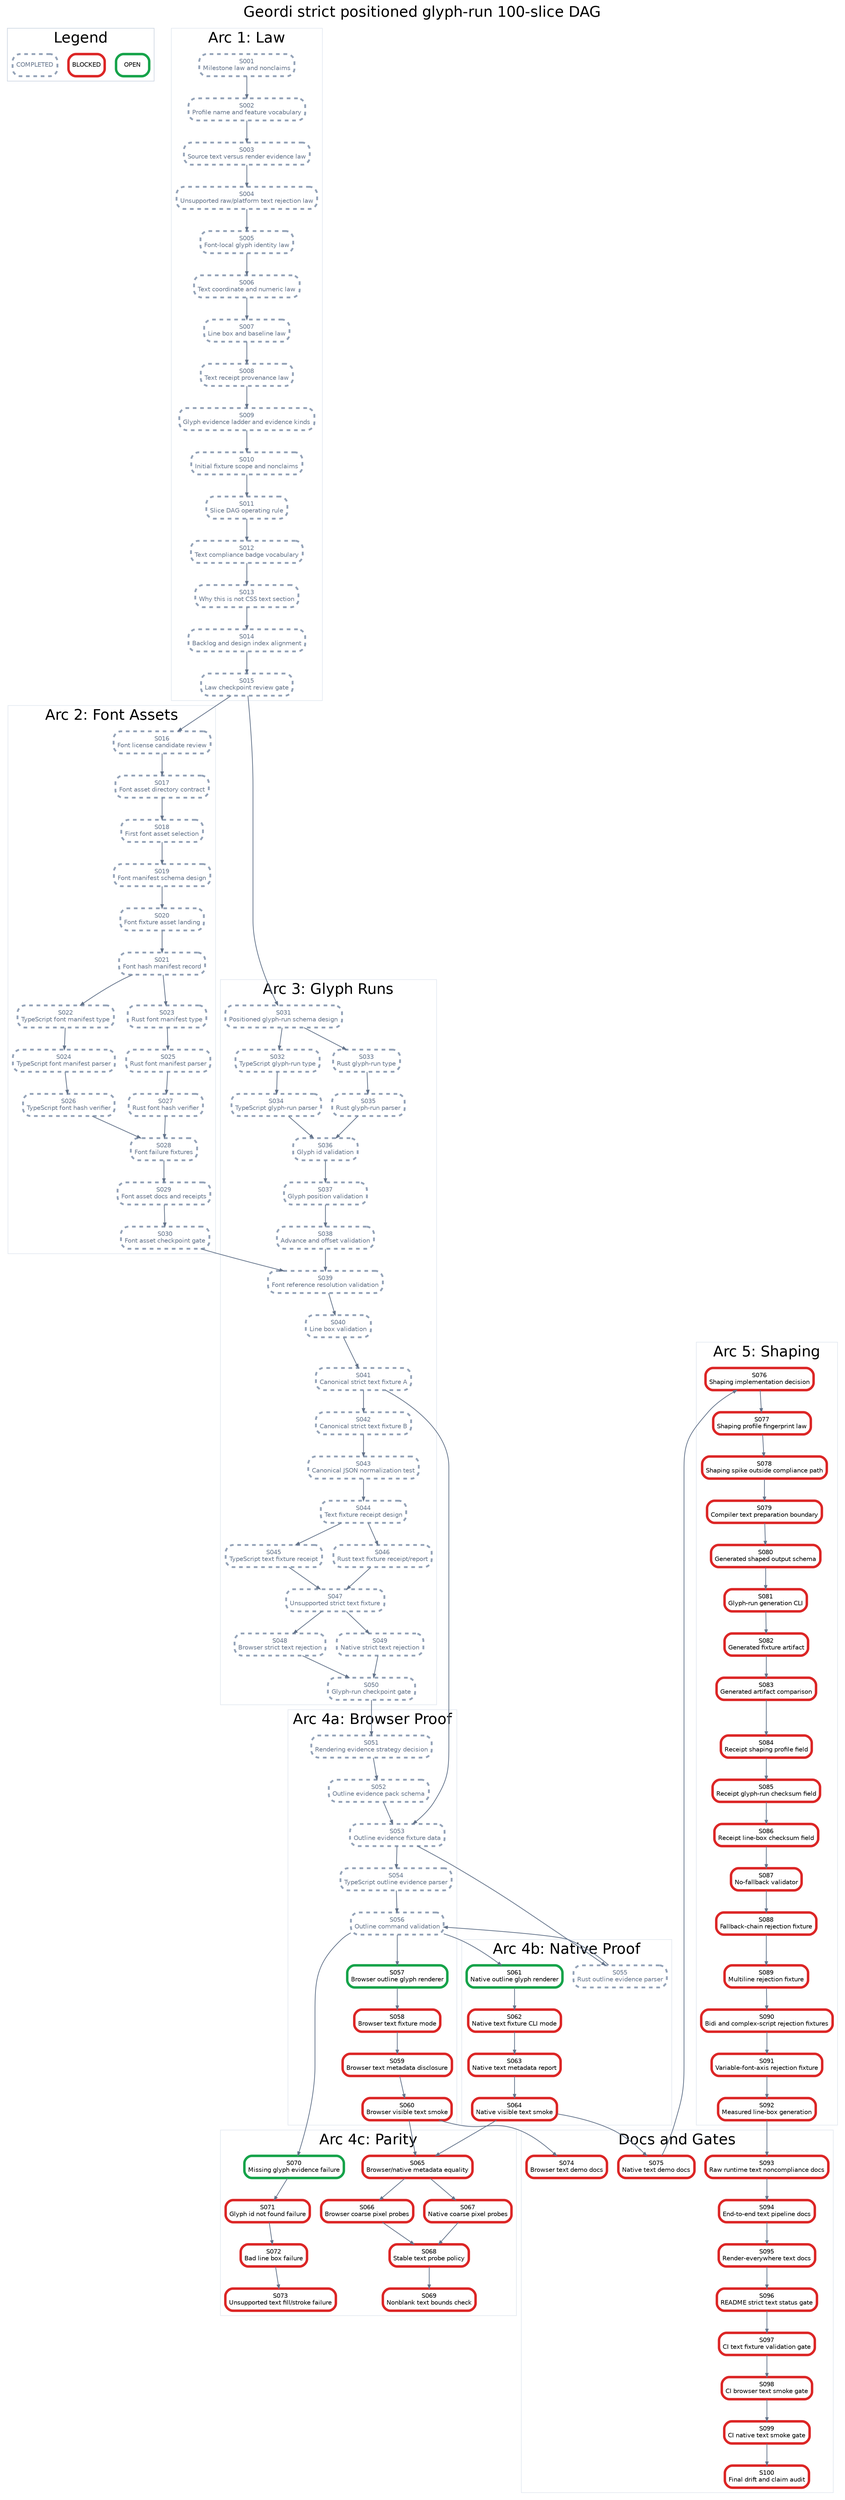
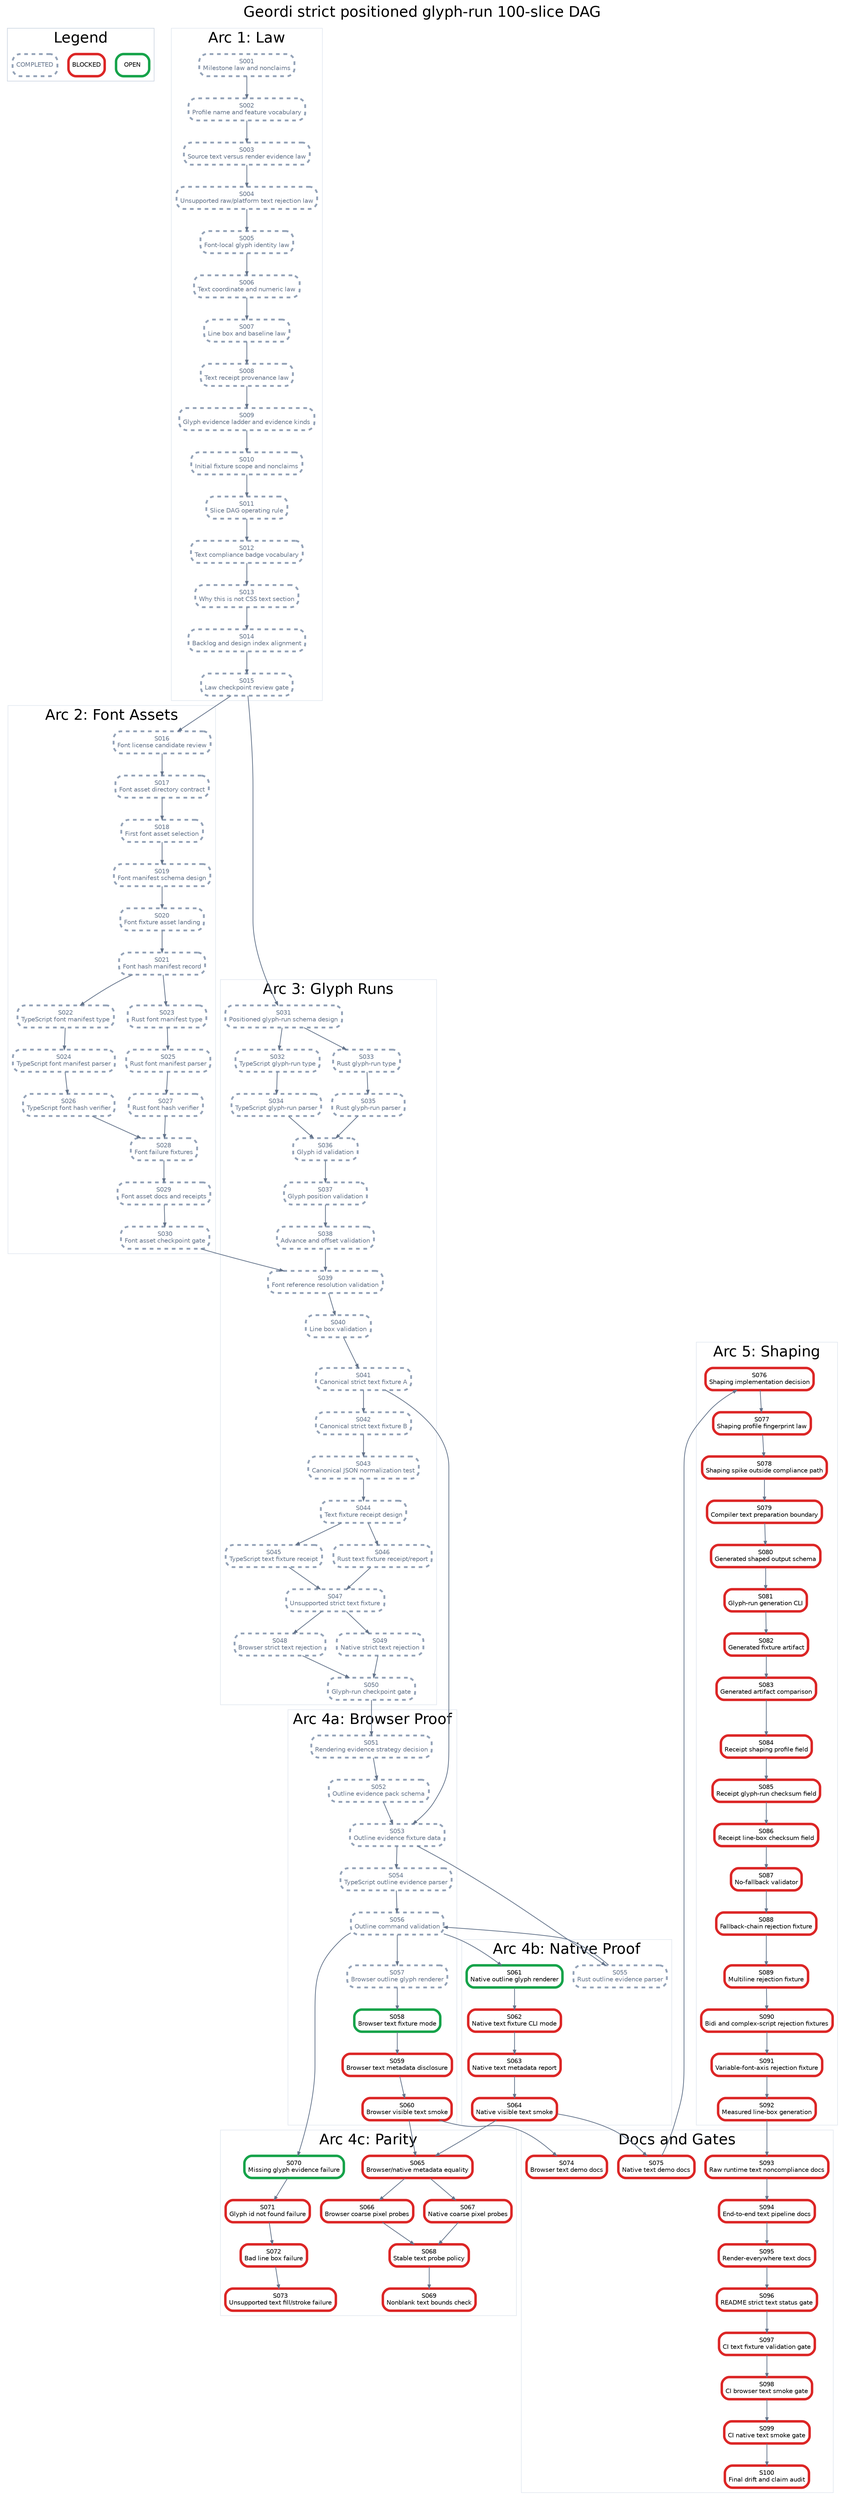
digraph StrictPositionedGlyphRunPlan {
  graph [rankdir=TB, bgcolor="white", fontname="Helvetica", label="Geordi strict positioned glyph-run 100-slice DAG", labelloc="t", fontsize=24];
  node [shape=box, style="rounded,filled", fillcolor="white", fontname="Helvetica", fontsize=10, margin="0.08,0.05"];
  edge [color="#64748b", arrowsize=0.6, penwidth=1.2];

  subgraph cluster_legend {
    label="Legend";
    color="#cbd5e1";
    legend_open [label="OPEN", color="#16a34a", penwidth=4];
    legend_blocked [label="BLOCKED", color="#dc2626", penwidth=4];
    legend_done [label="COMPLETED", color="#94a3b8", penwidth=3, style="rounded,filled,dashed", fontcolor="#64748b"];
  }

  subgraph cluster_law {
    label="Arc 1: Law";
    color="#e2e8f0";
    S001 [label="S001\nMilestone law and nonclaims", color="#94a3b8", penwidth=3, style="rounded,filled,dashed", fontcolor="#64748b"];
    S002 [label="S002\nProfile name and feature vocabulary", color="#94a3b8", penwidth=3, style="rounded,filled,dashed", fontcolor="#64748b"];
    S003 [label="S003\nSource text versus render evidence law", color="#94a3b8", penwidth=3, style="rounded,filled,dashed", fontcolor="#64748b"];
    S004 [label="S004\nUnsupported raw/platform text rejection law", color="#94a3b8", penwidth=3, style="rounded,filled,dashed", fontcolor="#64748b"];
    S005 [label="S005\nFont-local glyph identity law", color="#94a3b8", penwidth=3, style="rounded,filled,dashed", fontcolor="#64748b"];
    S006 [label="S006\nText coordinate and numeric law", color="#94a3b8", penwidth=3, style="rounded,filled,dashed", fontcolor="#64748b"];
    S007 [label="S007\nLine box and baseline law", color="#94a3b8", penwidth=3, style="rounded,filled,dashed", fontcolor="#64748b"];
    S008 [label="S008\nText receipt provenance law", color="#94a3b8", penwidth=3, style="rounded,filled,dashed", fontcolor="#64748b"];
    S009 [label="S009\nGlyph evidence ladder and evidence kinds", color="#94a3b8", penwidth=3, style="rounded,filled,dashed", fontcolor="#64748b"];
    S010 [label="S010\nInitial fixture scope and nonclaims", color="#94a3b8", penwidth=3, style="rounded,filled,dashed", fontcolor="#64748b"];
    S011 [label="S011\nSlice DAG operating rule", color="#94a3b8", penwidth=3, style="rounded,filled,dashed", fontcolor="#64748b"];
    S012 [label="S012\nText compliance badge vocabulary", color="#94a3b8", penwidth=3, style="rounded,filled,dashed", fontcolor="#64748b"];
    S013 [label="S013\nWhy this is not CSS text section", color="#94a3b8", penwidth=3, style="rounded,filled,dashed", fontcolor="#64748b"];
    S014 [label="S014\nBacklog and design index alignment", color="#94a3b8", penwidth=3, style="rounded,filled,dashed", fontcolor="#64748b"];
    S015 [label="S015\nLaw checkpoint review gate", color="#94a3b8", penwidth=3, style="rounded,filled,dashed", fontcolor="#64748b"];
  }

  subgraph cluster_assets {
    label="Arc 2: Font Assets";
    color="#e2e8f0";
    S016 [label="S016\nFont license candidate review", color="#94a3b8", penwidth=3, style="rounded,filled,dashed", fontcolor="#64748b"];
    S017 [label="S017\nFont asset directory contract", color="#94a3b8", penwidth=3, style="rounded,filled,dashed", fontcolor="#64748b"];
    S018 [label="S018\nFirst font asset selection", color="#94a3b8", penwidth=3, style="rounded,filled,dashed", fontcolor="#64748b"];
    S019 [label="S019\nFont manifest schema design", color="#94a3b8", penwidth=3, style="rounded,filled,dashed", fontcolor="#64748b"];
    S020 [label="S020\nFont fixture asset landing", color="#94a3b8", penwidth=3, style="rounded,filled,dashed", fontcolor="#64748b"];
    S021 [label="S021\nFont hash manifest record", color="#94a3b8", penwidth=3, style="rounded,filled,dashed", fontcolor="#64748b"];
    S022 [label="S022\nTypeScript font manifest type", color="#94a3b8", penwidth=3, style="rounded,filled,dashed", fontcolor="#64748b"];
    S023 [label="S023\nRust font manifest type", color="#94a3b8", penwidth=3, style="rounded,filled,dashed", fontcolor="#64748b"];
    S024 [label="S024\nTypeScript font manifest parser", color="#94a3b8", penwidth=3, style="rounded,filled,dashed", fontcolor="#64748b"];
    S025 [label="S025\nRust font manifest parser", color="#94a3b8", penwidth=3, style="rounded,filled,dashed", fontcolor="#64748b"];
    S026 [label="S026\nTypeScript font hash verifier", color="#94a3b8", penwidth=3, style="rounded,filled,dashed", fontcolor="#64748b"];
    S027 [label="S027\nRust font hash verifier", color="#94a3b8", penwidth=3, style="rounded,filled,dashed", fontcolor="#64748b"];
    S028 [label="S028\nFont failure fixtures", color="#94a3b8", penwidth=3, style="rounded,filled,dashed", fontcolor="#64748b"];
    S029 [label="S029\nFont asset docs and receipts", color="#94a3b8", penwidth=3, style="rounded,filled,dashed", fontcolor="#64748b"];
    S030 [label="S030\nFont asset checkpoint gate", color="#94a3b8", penwidth=3, style="rounded,filled,dashed", fontcolor="#64748b"];
  }

  subgraph cluster_glyph {
    label="Arc 3: Glyph Runs";
    color="#e2e8f0";
    S031 [label="S031\nPositioned glyph-run schema design", color="#94a3b8", penwidth=3, style="rounded,filled,dashed", fontcolor="#64748b"];
    S032 [label="S032\nTypeScript glyph-run type", color="#94a3b8", penwidth=3, style="rounded,filled,dashed", fontcolor="#64748b"];
    S033 [label="S033\nRust glyph-run type", color="#94a3b8", penwidth=3, style="rounded,filled,dashed", fontcolor="#64748b"];
    S034 [label="S034\nTypeScript glyph-run parser", color="#94a3b8", penwidth=3, style="rounded,filled,dashed", fontcolor="#64748b"];
    S035 [label="S035\nRust glyph-run parser", color="#94a3b8", penwidth=3, style="rounded,filled,dashed", fontcolor="#64748b"];
    S036 [label="S036\nGlyph id validation", color="#94a3b8", penwidth=3, style="rounded,filled,dashed", fontcolor="#64748b"];
    S037 [label="S037\nGlyph position validation", color="#94a3b8", penwidth=3, style="rounded,filled,dashed", fontcolor="#64748b"];
    S038 [label="S038\nAdvance and offset validation", color="#94a3b8", penwidth=3, style="rounded,filled,dashed", fontcolor="#64748b"];
    S039 [label="S039\nFont reference resolution validation", color="#94a3b8", penwidth=3, style="rounded,filled,dashed", fontcolor="#64748b"];
    S040 [label="S040\nLine box validation", color="#94a3b8", penwidth=3, style="rounded,filled,dashed", fontcolor="#64748b"];
    S041 [label="S041\nCanonical strict text fixture A", color="#94a3b8", penwidth=3, style="rounded,filled,dashed", fontcolor="#64748b"];
    S042 [label="S042\nCanonical strict text fixture B", color="#94a3b8", penwidth=3, style="rounded,filled,dashed", fontcolor="#64748b"];
    S043 [label="S043\nCanonical JSON normalization test", color="#94a3b8", penwidth=3, style="rounded,filled,dashed", fontcolor="#64748b"];
    S044 [label="S044\nText fixture receipt design", color="#94a3b8", penwidth=3, style="rounded,filled,dashed", fontcolor="#64748b"];
    S045 [label="S045\nTypeScript text fixture receipt", color="#94a3b8", penwidth=3, style="rounded,filled,dashed", fontcolor="#64748b"];
    S046 [label="S046\nRust text fixture receipt/report", color="#94a3b8", penwidth=3, style="rounded,filled,dashed", fontcolor="#64748b"];
    S047 [label="S047\nUnsupported strict text fixture", color="#94a3b8", penwidth=3, style="rounded,filled,dashed", fontcolor="#64748b"];
    S048 [label="S048\nBrowser strict text rejection", color="#94a3b8", penwidth=3, style="rounded,filled,dashed", fontcolor="#64748b"];
    S049 [label="S049\nNative strict text rejection", color="#94a3b8", penwidth=3, style="rounded,filled,dashed", fontcolor="#64748b"];
    S050 [label="S050\nGlyph-run checkpoint gate", color="#94a3b8", penwidth=3, style="rounded,filled,dashed", fontcolor="#64748b"];
  }

  subgraph cluster_browser {
    label="Arc 4a: Browser Proof";
    color="#e2e8f0";
    S051 [label="S051\nRendering evidence strategy decision", color="#94a3b8", penwidth=3, style="rounded,filled,dashed", fontcolor="#64748b"];
    S052 [label="S052\nOutline evidence pack schema", color="#94a3b8", penwidth=3, style="rounded,filled,dashed", fontcolor="#64748b"];
    S053 [label="S053\nOutline evidence fixture data", color="#94a3b8", penwidth=3, style="rounded,filled,dashed", fontcolor="#64748b"];
    S054 [label="S054\nTypeScript outline evidence parser", color="#94a3b8", penwidth=3, style="rounded,filled,dashed", fontcolor="#64748b"];
    S056 [label="S056\nOutline command validation", color="#94a3b8", penwidth=3, style="rounded,filled,dashed", fontcolor="#64748b"];
-     S057 [label="S057\nBrowser outline glyph renderer", color="#16a34a", penwidth=4];
-     S058 [label="S058\nBrowser text fixture mode", color="#dc2626", penwidth=4];
+     S057 [label="S057\nBrowser outline glyph renderer", color="#94a3b8", penwidth=3, style="rounded,filled,dashed", fontcolor="#64748b"];
+     S058 [label="S058\nBrowser text fixture mode", color="#16a34a", penwidth=4];
    S059 [label="S059\nBrowser text metadata disclosure", color="#dc2626", penwidth=4];
    S060 [label="S060\nBrowser visible text smoke", color="#dc2626", penwidth=4];
  }

  subgraph cluster_native {
    label="Arc 4b: Native Proof";
    color="#e2e8f0";
    S055 [label="S055\nRust outline evidence parser", color="#94a3b8", penwidth=3, style="rounded,filled,dashed", fontcolor="#64748b"];
    S061 [label="S061\nNative outline glyph renderer", color="#16a34a", penwidth=4];
    S062 [label="S062\nNative text fixture CLI mode", color="#dc2626", penwidth=4];
    S063 [label="S063\nNative text metadata report", color="#dc2626", penwidth=4];
    S064 [label="S064\nNative visible text smoke", color="#dc2626", penwidth=4];
  }

  subgraph cluster_parity {
    label="Arc 4c: Parity";
    color="#e2e8f0";
    S065 [label="S065\nBrowser/native metadata equality", color="#dc2626", penwidth=4];
    S066 [label="S066\nBrowser coarse pixel probes", color="#dc2626", penwidth=4];
    S067 [label="S067\nNative coarse pixel probes", color="#dc2626", penwidth=4];
    S068 [label="S068\nStable text probe policy", color="#dc2626", penwidth=4];
    S069 [label="S069\nNonblank text bounds check", color="#dc2626", penwidth=4];
    S070 [label="S070\nMissing glyph evidence failure", color="#16a34a", penwidth=4];
    S071 [label="S071\nGlyph id not found failure", color="#dc2626", penwidth=4];
    S072 [label="S072\nBad line box failure", color="#dc2626", penwidth=4];
    S073 [label="S073\nUnsupported text fill/stroke failure", color="#dc2626", penwidth=4];
  }

  subgraph cluster_shaping {
    label="Arc 5: Shaping";
    color="#e2e8f0";
    S076 [label="S076\nShaping implementation decision", color="#dc2626", penwidth=4];
    S077 [label="S077\nShaping profile fingerprint law", color="#dc2626", penwidth=4];
    S078 [label="S078\nShaping spike outside compliance path", color="#dc2626", penwidth=4];
    S079 [label="S079\nCompiler text preparation boundary", color="#dc2626", penwidth=4];
    S080 [label="S080\nGenerated shaped output schema", color="#dc2626", penwidth=4];
    S081 [label="S081\nGlyph-run generation CLI", color="#dc2626", penwidth=4];
    S082 [label="S082\nGenerated fixture artifact", color="#dc2626", penwidth=4];
    S083 [label="S083\nGenerated artifact comparison", color="#dc2626", penwidth=4];
    S084 [label="S084\nReceipt shaping profile field", color="#dc2626", penwidth=4];
    S085 [label="S085\nReceipt glyph-run checksum field", color="#dc2626", penwidth=4];
    S086 [label="S086\nReceipt line-box checksum field", color="#dc2626", penwidth=4];
    S087 [label="S087\nNo-fallback validator", color="#dc2626", penwidth=4];
    S088 [label="S088\nFallback-chain rejection fixture", color="#dc2626", penwidth=4];
    S089 [label="S089\nMultiline rejection fixture", color="#dc2626", penwidth=4];
    S090 [label="S090\nBidi and complex-script rejection fixtures", color="#dc2626", penwidth=4];
    S091 [label="S091\nVariable-font-axis rejection fixture", color="#dc2626", penwidth=4];
    S092 [label="S092\nMeasured line-box generation", color="#dc2626", penwidth=4];
  }

  subgraph cluster_docs {
    label="Docs and Gates";
    color="#e2e8f0";
    S074 [label="S074\nBrowser text demo docs", color="#dc2626", penwidth=4];
    S075 [label="S075\nNative text demo docs", color="#dc2626", penwidth=4];
    S093 [label="S093\nRaw runtime text noncompliance docs", color="#dc2626", penwidth=4];
    S094 [label="S094\nEnd-to-end text pipeline docs", color="#dc2626", penwidth=4];
    S095 [label="S095\nRender-everywhere text docs", color="#dc2626", penwidth=4];
    S096 [label="S096\nREADME strict text status gate", color="#dc2626", penwidth=4];
    S097 [label="S097\nCI text fixture validation gate", color="#dc2626", penwidth=4];
    S098 [label="S098\nCI browser text smoke gate", color="#dc2626", penwidth=4];
    S099 [label="S099\nCI native text smoke gate", color="#dc2626", penwidth=4];
    S100 [label="S100\nFinal drift and claim audit", color="#dc2626", penwidth=4];
  }

  S001 -> S002;
  S002 -> S003;
  S003 -> S004;
  S004 -> S005;
  S005 -> S006;
  S006 -> S007;
  S007 -> S008;
  S008 -> S009;
  S009 -> S010;
  S010 -> S011;
  S011 -> S012;
  S012 -> S013;
  S013 -> S014;
  S014 -> S015;
  S015 -> S016;
  S016 -> S017;
  S017 -> S018;
  S018 -> S019;
  S019 -> S020;
  S020 -> S021;
  S021 -> S022;
  S021 -> S023;
  S022 -> S024;
  S023 -> S025;
  S024 -> S026;
  S025 -> S027;
  S026 -> S028;
  S027 -> S028;
  S028 -> S029;
  S029 -> S030;
  S015 -> S031;
  S031 -> S032;
  S031 -> S033;
  S032 -> S034;
  S033 -> S035;
  S034 -> S036;
  S035 -> S036;
  S036 -> S037;
  S037 -> S038;
  S038 -> S039;
  S039 -> S040;
  S030 -> S039;
  S040 -> S041;
  S041 -> S042;
  S042 -> S043;
  S043 -> S044;
  S044 -> S045;
  S044 -> S046;
  S045 -> S047;
  S046 -> S047;
  S047 -> S048;
  S047 -> S049;
  S048 -> S050;
  S049 -> S050;
  S050 -> S051;
  S051 -> S052;
  S052 -> S053;
  S041 -> S053;
  S053 -> S054;
  S053 -> S055;
  S054 -> S056;
  S055 -> S056;
  S056 -> S057;
  S057 -> S058;
  S058 -> S059;
  S059 -> S060;
  S056 -> S061;
  S061 -> S062;
  S062 -> S063;
  S063 -> S064;
  S060 -> S065;
  S064 -> S065;
  S065 -> S066;
  S065 -> S067;
  S066 -> S068;
  S067 -> S068;
  S068 -> S069;
  S056 -> S070;
  S070 -> S071;
  S071 -> S072;
  S072 -> S073;
  S060 -> S074;
  S064 -> S075;
  S075 -> S076;
  S076 -> S077;
  S077 -> S078;
  S078 -> S079;
  S079 -> S080;
  S080 -> S081;
  S081 -> S082;
  S082 -> S083;
  S083 -> S084;
  S084 -> S085;
  S085 -> S086;
  S086 -> S087;
  S087 -> S088;
  S088 -> S089;
  S089 -> S090;
  S090 -> S091;
  S091 -> S092;
  S092 -> S093;
  S093 -> S094;
  S094 -> S095;
  S095 -> S096;
  S096 -> S097;
  S097 -> S098;
  S098 -> S099;
  S099 -> S100;
}
